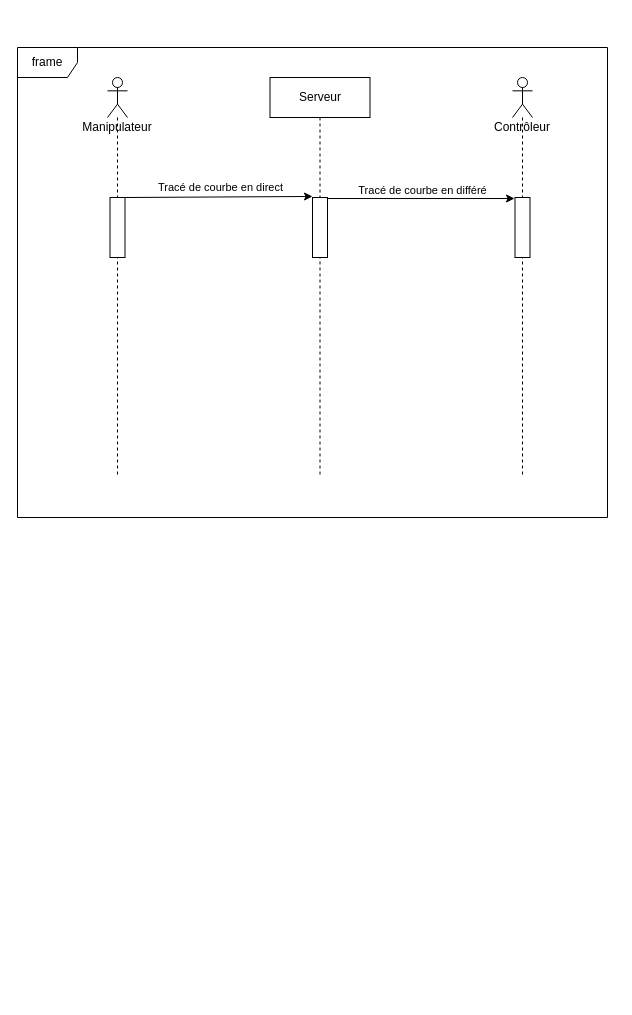
Before: page "F2-Supervision Statique de l'installation" (1 of 4) of Analyse/Thomas/diagrammeDeSequenceThomas.drawio in MRCThomas/testDeVerinSurBancHydraulique, a draw.io diagram. Source tidied: cells renumbered, new cells numbered last; positions are measured from the earlier drawing's top-left corner, leaving out a move shared by most shapes. Both pictures are drawn from the tidied source at 100%, with x=0, y=0 at pixel (17, 47).
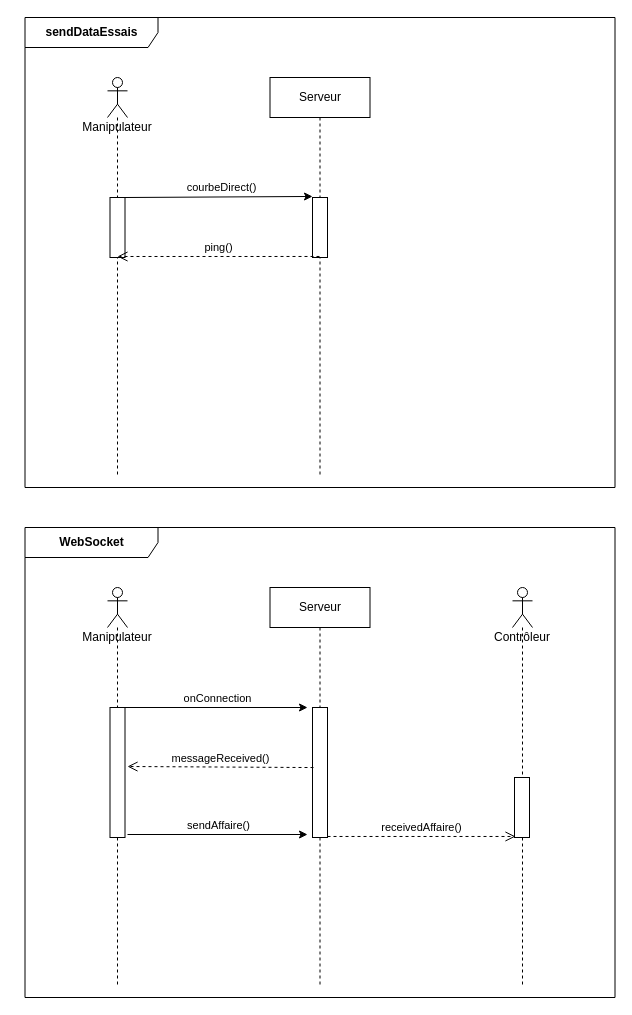
After the change.

Commit message (it also covers changes not shown here):
commit perso Thomas

Unchanged cells that the change refers to:
```xml
<mxCell id="2" value="Serveur" style="shape=umlLifeline;perimeter=lifelinePerimeter;whiteSpace=wrap;html=1;" parent="1" vertex="1">
  <mxGeometry x="252.5" y="30" width="100" height="400" as="geometry" />
</mxCell>
<mxCell id="3" style="edgeStyle=none;html=1;entryX=0;entryY=-0.017;entryDx=0;entryDy=0;entryPerimeter=0;" parent="1" edge="1" source="12" target="7">
  <mxGeometry relative="1" as="geometry" />
</mxCell>
```

Diff of the diagram source:
```diff
@@
+    <mxCell id="13" value="sendDataEssais" style="shape=umlFrame;whiteSpace=wrap;html=1;fontStyle=1;width=133;height=30;" parent="1" vertex="1">
+      <mxGeometry x="7.5" y="-30" width="590" height="470" as="geometry" />
+    </mxCell>
@@
+    <mxCell id="7" style="html=1;points=[];perimeter=orthogonalPerimeter;" parent="2" vertex="1">
+      <mxGeometry x="42.5" y="120" width="15" height="60" as="geometry" />
+    </mxCell>
@@
-    <mxCell id="4" value="Tracé de courbe en direct" style="edgeLabel;html=1;align=center;verticalAlign=middle;" parent="3" vertex="1">
+    <mxCell id="4" value="courbeDirect()" style="edgeLabel;html=1;align=center;verticalAlign=middle;" parent="3" vertex="1">
       <mxGeometry x="0.27" relative="1" as="geometry">
-        <mxPoint x="-24" y="-10" as="offset" />
+        <mxPoint x="-23" y="-10" as="offset" />
       </mxGeometry>
     </mxCell>
-    <mxCell id="5" style="edgeStyle=none;html=1;entryX=-0.033;entryY=0.017;entryDx=0;entryDy=0;entryPerimeter=0;" parent="1" edge="1" source="7" target="9">
-      <mxGeometry relative="1" as="geometry" />
-    </mxCell>
-    <mxCell id="6" value="Tracé de courbe en différé" style="edgeLabel;html=1;align=center;verticalAlign=middle;" parent="5" vertex="1">
-      <mxGeometry x="0.01" y="-1" relative="1" as="geometry">
-        <mxPoint y="-10" as="offset" />
-      </mxGeometry>
-    </mxCell>
-    <mxCell id="7" style="html=1;points=[];perimeter=orthogonalPerimeter;" parent="1" vertex="1">
-      <mxGeometry x="295" y="150" width="15" height="60" as="geometry" />
-    </mxCell>
-    <mxCell id="8" value="Contrôleur" style="shape=umlLifeline;participant=umlActor;perimeter=lifelinePerimeter;whiteSpace=wrap;html=1;verticalAlign=top;spacingTop=36;" parent="1" vertex="1">
-      <mxGeometry x="495" y="30" width="20" height="400" as="geometry" />
-    </mxCell>
-    <mxCell id="9" style="html=1;points=[];perimeter=orthogonalPerimeter;" parent="8" vertex="1">
-      <mxGeometry x="2.5" y="120" width="15" height="60" as="geometry" />
-    </mxCell>
@@
-    <mxCell id="13" value="frame" style="shape=umlFrame;whiteSpace=wrap;html=1;" parent="1" vertex="1">
-      <mxGeometry width="590" height="470" as="geometry" />
-    </mxCell>
+    <mxCell id="14" value="ping()" style="html=1;verticalAlign=bottom;endArrow=open;dashed=1;endSize=8;exitX=0.467;exitY=0.983;exitDx=0;exitDy=0;exitPerimeter=0;" parent="1" edge="1" source="7">
+      <mxGeometry relative="1" as="geometry">
+        <mxPoint x="100" y="209" as="targetPoint" />
+      </mxGeometry>
+    </mxCell>
+    <mxCell id="15" value="WebSocket" style="shape=umlFrame;whiteSpace=wrap;html=1;fontStyle=1;width=133;height=30;" parent="1" vertex="1">
+      <mxGeometry x="7.5" y="480" width="590" height="470" as="geometry" />
+    </mxCell>
+    <mxCell id="16" value="Serveur" style="shape=umlLifeline;perimeter=lifelinePerimeter;whiteSpace=wrap;html=1;" parent="1" vertex="1">
+      <mxGeometry x="252.5" y="540" width="100" height="400" as="geometry" />
+    </mxCell>
+    <mxCell id="17" style="html=1;points=[];perimeter=orthogonalPerimeter;" parent="16" vertex="1">
+      <mxGeometry x="42.5" y="120" width="15" height="130" as="geometry" />
+    </mxCell>
+    <mxCell id="18" style="edgeStyle=none;html=1;" parent="1" edge="1" source="23">
+      <mxGeometry relative="1" as="geometry">
+        <mxPoint x="290" y="660" as="targetPoint" />
+      </mxGeometry>
+    </mxCell>
+    <mxCell id="19" value="onConnection" style="edgeLabel;html=1;align=center;verticalAlign=middle;" parent="18" vertex="1">
+      <mxGeometry x="0.27" relative="1" as="geometry">
+        <mxPoint x="-24" y="-10" as="offset" />
+      </mxGeometry>
+    </mxCell>
+    <mxCell id="8" value="Contrôleur" style="shape=umlLifeline;participant=umlActor;perimeter=lifelinePerimeter;whiteSpace=wrap;html=1;verticalAlign=top;spacingTop=36;" parent="1" vertex="1">
+      <mxGeometry x="495" y="540" width="20" height="400" as="geometry" />
+    </mxCell>
+    <mxCell id="20" style="html=1;points=[];perimeter=orthogonalPerimeter;" parent="8" vertex="1">
+      <mxGeometry x="2" y="190" width="15" height="60" as="geometry" />
+    </mxCell>
+    <mxCell id="21" style="group;" parent="1" vertex="1">
+      <mxGeometry x="90" y="540" width="20" height="400" as="geometry" />
+    </mxCell>
+    <mxCell id="22" value="Manipulateur&lt;br&gt;" style="shape=umlLifeline;participant=umlActor;perimeter=lifelinePerimeter;whiteSpace=wrap;html=1;verticalAlign=top;spacingTop=36;size=40;" parent="21" vertex="1">
+      <mxGeometry width="20" height="400" as="geometry" />
+    </mxCell>
+    <mxCell id="23" style="html=1;points=[];perimeter=orthogonalPerimeter;" parent="21" vertex="1">
+      <mxGeometry x="2.5" y="120" width="15" height="130" as="geometry" />
+    </mxCell>
+    <mxCell id="24" value="messageReceived()" style="html=1;verticalAlign=bottom;endArrow=open;dashed=1;endSize=8;exitX=0.067;exitY=0.462;exitDx=0;exitDy=0;exitPerimeter=0;" parent="1" edge="1" source="17">
+      <mxGeometry relative="1" as="geometry">
+        <mxPoint x="110" y="719" as="targetPoint" />
+      </mxGeometry>
+    </mxCell>
+    <mxCell id="25" style="edgeStyle=none;html=1;" parent="1" edge="1">
+      <mxGeometry relative="1" as="geometry">
+        <mxPoint x="110" y="787" as="sourcePoint" />
+        <mxPoint x="290" y="787" as="targetPoint" />
+      </mxGeometry>
+    </mxCell>
+    <mxCell id="26" value="sendAffaire()" style="edgeLabel;html=1;align=center;verticalAlign=middle;" parent="25" vertex="1">
+      <mxGeometry x="0.27" relative="1" as="geometry">
+        <mxPoint x="-24" y="-10" as="offset" />
+      </mxGeometry>
+    </mxCell>
+    <mxCell id="27" value="receivedAffaire()" style="html=1;verticalAlign=bottom;endArrow=open;dashed=1;endSize=8;entryX=0.067;entryY=0.983;entryDx=0;entryDy=0;entryPerimeter=0;" parent="1" edge="1" source="17" target="20">
+      <mxGeometry relative="1" as="geometry" />
+    </mxCell>
```
